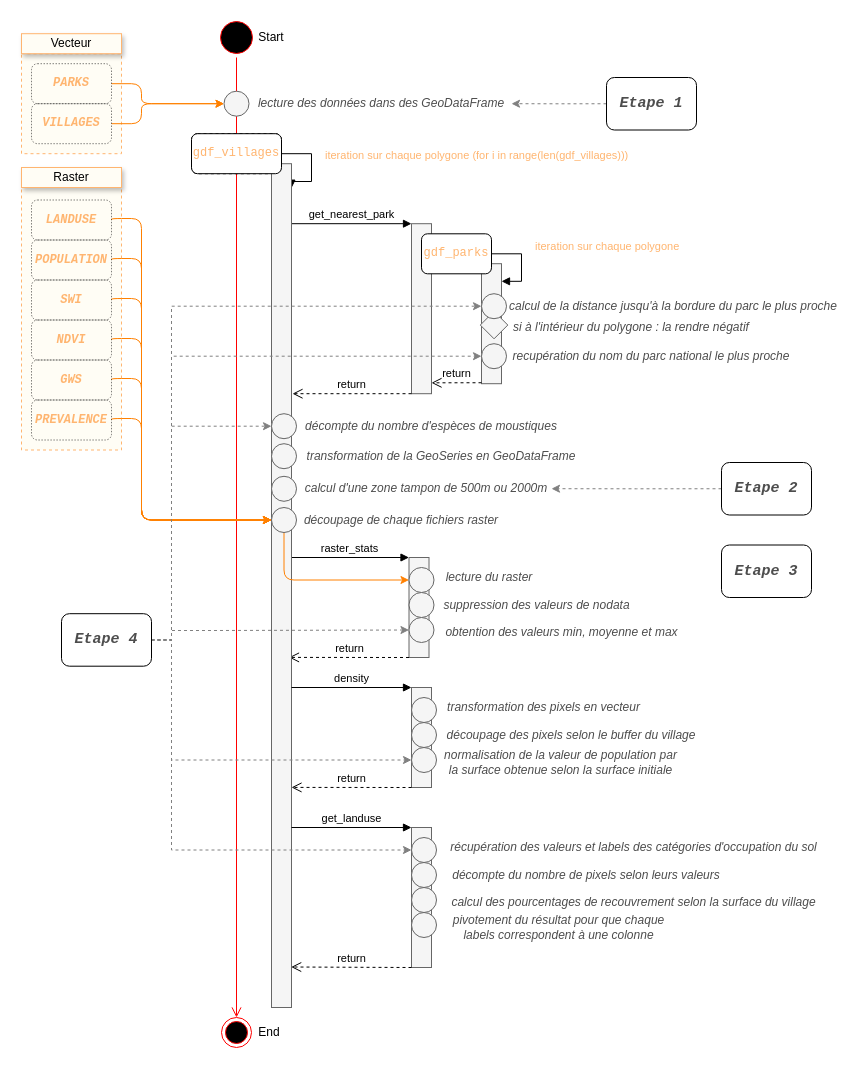
Earlier version of the draw.io diagram page "Par villages" (2 of 4) of docs/INPMT_simple.drawio (pierre-manchon/INPMT). Source tidied: cells renumbered, new cells numbered last; positions are measured from the earlier drawing's top-left corner, leaving out a move shared by most shapes. Both pictures are drawn from the tidied source at 100%, with x=0, y=0 at pixel (21, 17).
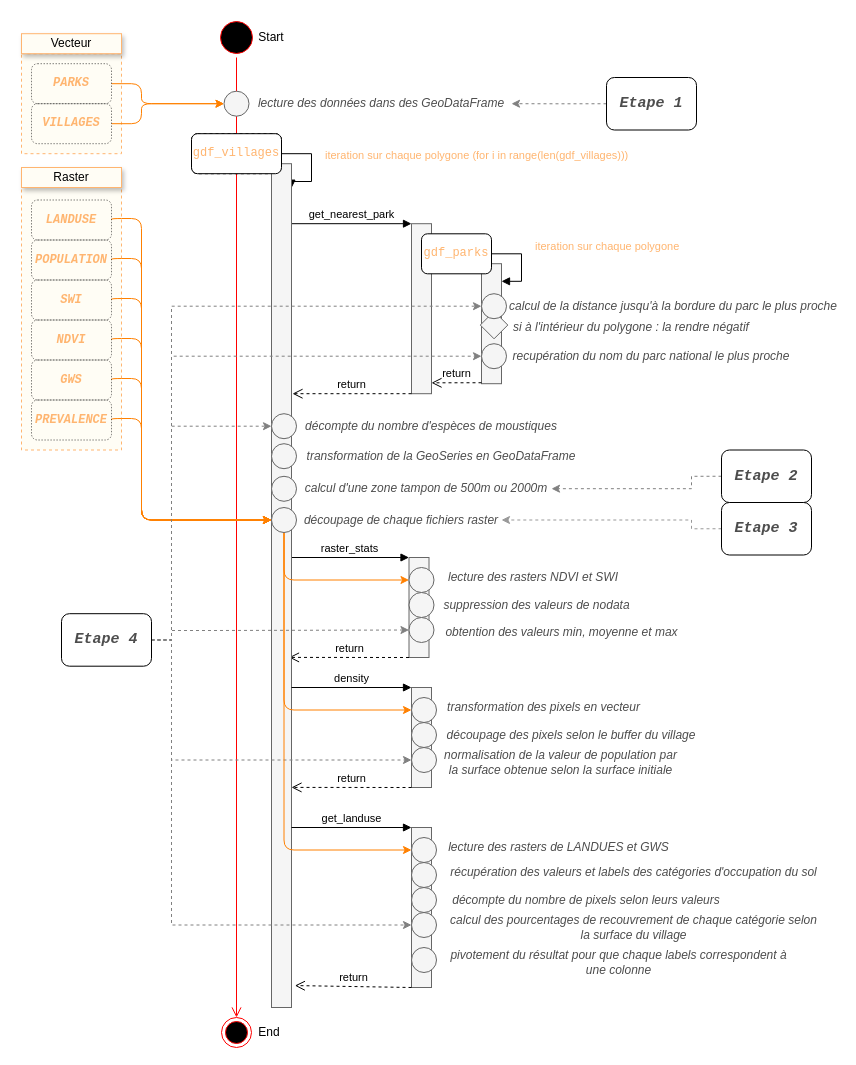
The same diagram, later.

Unchanged cells that the change refers to:
```xml
<mxCell id="25" style="html=1;points=[];perimeter=orthogonalPerimeter;fillColor=#f5f5f5;strokeColor=#666666;fontColor=#333333;" parent="1" vertex="1">
  <mxGeometry x="250" y="146.2" width="20" height="843.8" as="geometry" />
</mxCell>
<mxCell id="34" value="calcul d'une zone tampon de 500m ou 2000m" style="text;html=1;align=center;verticalAlign=middle;whiteSpace=wrap;rounded=0;shadow=0;glass=0;labelBackgroundColor=none;sketch=0;fontColor=#4D4D4D;fontStyle=2;" parent="1" vertex="1">
  <mxGeometry x="280" y="461.2" width="250" height="20" as="geometry" />
</mxCell>
<mxCell id="68" value="&lt;pre style=&quot;font-family: &amp;#34;fira code&amp;#34; , monospace ; font-size: 15px&quot;&gt;&lt;pre style=&quot;font-family: &amp;#34;fira code&amp;#34; , monospace ; font-size: 15px&quot;&gt;&lt;font color=&quot;#4d4d4d&quot; style=&quot;line-height: 100% ; font-size: 15px&quot;&gt;Etape 4&lt;/font&gt;&lt;/pre&gt;&lt;/pre&gt;" style="rounded=1;whiteSpace=wrap;html=1;sketch=0;shadow=0;labelBackgroundColor=#ffffff;strokeWidth=1;fontSize=15;fontStyle=3;" parent="1" vertex="1">
  <mxGeometry x="40" y="596.2" width="90" height="52.5" as="geometry" />
</mxCell>
<mxCell id="74" style="ellipse;whiteSpace=wrap;html=1;rounded=1;shadow=0;glass=0;labelBackgroundColor=none;sketch=0;fontColor=#333333;strokeColor=#666666;strokeWidth=1;fillColor=#f5f5f5;" parent="1" vertex="1">
  <mxGeometry x="250" y="490" width="25" height="25" as="geometry" />
</mxCell>
<mxCell id="75" value="découpage de chaque fichiers raster" style="text;html=1;align=center;verticalAlign=middle;whiteSpace=wrap;rounded=0;shadow=0;glass=0;labelBackgroundColor=none;sketch=0;fontColor=#4D4D4D;fontStyle=2;" parent="1" vertex="1">
  <mxGeometry x="280" y="492.5" width="200" height="20" as="geometry" />
</mxCell>
<mxCell id="82" style="ellipse;whiteSpace=wrap;html=1;rounded=1;shadow=0;glass=0;labelBackgroundColor=none;sketch=0;fontColor=#333333;strokeColor=#666666;strokeWidth=1;fillColor=#f5f5f5;" parent="1" vertex="1">
  <mxGeometry x="390" y="680" width="25" height="25" as="geometry" />
</mxCell>
```

The edit, as a diff of the source:
```diff
@@
-    <mxCell id="40" value="lecture du raster" style="text;html=1;align=center;verticalAlign=middle;whiteSpace=wrap;rounded=0;shadow=0;glass=0;labelBackgroundColor=none;sketch=0;fontColor=#4D4D4D;fontStyle=2;" parent="1" vertex="1">
-      <mxGeometry x="422.5" y="550" width="90" height="20" as="geometry" />
+    <mxCell id="40" value="lecture des rasters NDVI et SWI" style="text;html=1;align=center;verticalAlign=middle;whiteSpace=wrap;rounded=0;shadow=0;glass=0;labelBackgroundColor=none;sketch=0;fontColor=#4D4D4D;fontStyle=2;" parent="1" vertex="1">
+      <mxGeometry x="422.5" y="550" width="177.5" height="20" as="geometry" />
     </mxCell>
@@
     <mxCell id="59" style="edgeStyle=orthogonalEdgeStyle;rounded=0;jettySize=auto;html=1;exitX=0;exitY=0.5;exitDx=0;exitDy=0;entryX=1;entryY=0.5;entryDx=0;entryDy=0;dashed=1;strokeColor=#808080;" parent="1" edge="1" source="60" target="34">
-      <mxGeometry relative="1" as="geometry" />
+      <mxGeometry relative="1" as="geometry">
+        <Array as="points">
+          <mxPoint x="670" y="459" />
+          <mxPoint x="670" y="471" />
+        </Array>
+      </mxGeometry>
     </mxCell>
     <mxCell id="60" value="&lt;pre style=&quot;font-family: &amp;quot;fira code&amp;quot;, monospace; font-size: 15px;&quot;&gt;&lt;pre style=&quot;font-family: &amp;quot;fira code&amp;quot;, monospace; font-size: 15px;&quot;&gt;&lt;font color=&quot;#4d4d4d&quot; style=&quot;line-height: 100%; font-size: 15px;&quot;&gt;Etape 2&lt;/font&gt;&lt;/pre&gt;&lt;/pre&gt;" style="rounded=1;whiteSpace=wrap;html=1;sketch=0;shadow=0;labelBackgroundColor=#ffffff;strokeWidth=1;fontSize=15;fontStyle=3;" parent="1" vertex="1">
-      <mxGeometry x="700" y="445" width="90" height="52.5" as="geometry" />
+      <mxGeometry x="700" y="432.5" width="90" height="52.5" as="geometry" />
     </mxCell>
+    <mxCell id="96" style="edgeStyle=orthogonalEdgeStyle;rounded=0;jettySize=auto;html=1;exitX=0;exitY=0.5;exitDx=0;exitDy=0;entryX=1;entryY=0.5;entryDx=0;entryDy=0;dashed=1;strokeColor=#999999;" parent="1" edge="1" source="61" target="75">
+      <mxGeometry relative="1" as="geometry">
+        <Array as="points">
+          <mxPoint x="670" y="511" />
+          <mxPoint x="670" y="503" />
+        </Array>
+      </mxGeometry>
+    </mxCell>
     <mxCell id="61" value="&lt;pre style=&quot;font-family: &amp;quot;fira code&amp;quot; , monospace ; font-size: 15px&quot;&gt;&lt;pre style=&quot;font-family: &amp;quot;fira code&amp;quot; , monospace ; font-size: 15px&quot;&gt;&lt;font color=&quot;#4d4d4d&quot; style=&quot;line-height: 100% ; font-size: 15px&quot;&gt;Etape 3&lt;/font&gt;&lt;/pre&gt;&lt;/pre&gt;" style="rounded=1;whiteSpace=wrap;html=1;sketch=0;shadow=0;labelBackgroundColor=#ffffff;strokeWidth=1;fontSize=15;fontStyle=3;" parent="1" vertex="1">
-      <mxGeometry x="700" y="527.5" width="90" height="52.5" as="geometry" />
+      <mxGeometry x="700" y="485" width="90" height="52.5" as="geometry" />
     </mxCell>
@@
-    <mxCell id="67" style="edgeStyle=orthogonalEdgeStyle;rounded=0;jettySize=auto;html=1;exitX=1;exitY=0.5;exitDx=0;exitDy=0;entryX=0;entryY=0.5;entryDx=0;entryDy=0;dashed=1;strokeColor=#808080;" parent="1" edge="1" source="68" target="91">
+    <mxCell id="67" style="edgeStyle=orthogonalEdgeStyle;rounded=0;jettySize=auto;html=1;exitX=1;exitY=0.5;exitDx=0;exitDy=0;entryX=0;entryY=0.5;entryDx=0;entryDy=0;dashed=1;strokeColor=#808080;" parent="1" edge="1" source="68" target="93">
       <mxGeometry relative="1" as="geometry">
         <Array as="points">
           <mxPoint x="150" y="623" />
-          <mxPoint x="150" y="833" />
-          <mxPoint x="390" y="833" />
+          <mxPoint x="150" y="908" />
         </Array>
       </mxGeometry>
     </mxCell>
@@
+    <mxCell id="97" style="edgeStyle=orthogonalEdgeStyle;rounded=1;jettySize=auto;html=1;exitX=0.5;exitY=1;exitDx=0;exitDy=0;entryX=0;entryY=0.5;entryDx=0;entryDy=0;strokeColor=#FF8000;" parent="1" edge="1" source="74" target="82">
+      <mxGeometry relative="1" as="geometry" />
+    </mxCell>
+    <mxCell id="98" style="edgeStyle=orthogonalEdgeStyle;rounded=1;jettySize=auto;html=1;exitX=0.5;exitY=1;exitDx=0;exitDy=0;entryX=0;entryY=0.5;entryDx=0;entryDy=0;strokeColor=#FF8000;" parent="1" edge="1" source="74" target="100">
+      <mxGeometry relative="1" as="geometry" />
+    </mxCell>
@@
     <mxCell id="85" style="html=1;points=[];perimeter=orthogonalPerimeter;fillColor=#f5f5f5;strokeColor=#666666;fontColor=#333333;" parent="1" vertex="1">
-      <mxGeometry x="390" y="810" width="20" height="140" as="geometry" />
+      <mxGeometry x="390" y="810" width="20" height="160" as="geometry" />
     </mxCell>
@@
-    <mxCell id="87" value="return" style="html=1;verticalAlign=bottom;endArrow=open;dashed=1;endSize=8;exitX=0;exitY=1;exitDx=0;exitDy=0;exitPerimeter=0;entryX=0.984;entryY=0.952;entryDx=0;entryDy=0;entryPerimeter=0;" parent="1" edge="1" source="85" target="25">
+    <mxCell id="87" value="return" style="html=1;verticalAlign=bottom;endArrow=open;dashed=1;endSize=8;exitX=0;exitY=1;exitDx=0;exitDy=0;exitPerimeter=0;entryX=1.167;entryY=0.974;entryDx=0;entryDy=0;entryPerimeter=0;" parent="1" edge="1" source="85" target="25">
       <mxGeometry relative="1" as="geometry" />
     </mxCell>
     <mxCell id="88" value="récupération des valeurs et labels des catégories d'occupation du sol" style="text;html=1;align=center;verticalAlign=middle;whiteSpace=wrap;rounded=0;shadow=0;glass=0;labelBackgroundColor=none;sketch=0;fontColor=#4D4D4D;fontStyle=2;" parent="1" vertex="1">
-      <mxGeometry x="425" y="820" width="375" height="20" as="geometry" />
+      <mxGeometry x="425" y="845" width="375" height="20" as="geometry" />
     </mxCell>
     <mxCell id="89" value="décompte du nombre de pixels selon leurs valeurs" style="text;html=1;align=center;verticalAlign=middle;whiteSpace=wrap;rounded=0;shadow=0;glass=0;labelBackgroundColor=none;sketch=0;fontColor=#4D4D4D;fontStyle=2;" parent="1" vertex="1">
-      <mxGeometry x="425" y="847.5" width="280" height="20" as="geometry" />
+      <mxGeometry x="425" y="872.5" width="280" height="20" as="geometry" />
     </mxCell>
-    <mxCell id="90" value="calcul des pourcentages de recouvrement selon la surface du village" style="text;html=1;align=center;verticalAlign=middle;whiteSpace=wrap;rounded=0;shadow=0;glass=0;labelBackgroundColor=none;sketch=0;fontColor=#4D4D4D;fontStyle=2;" parent="1" vertex="1">
-      <mxGeometry x="425" y="875" width="375" height="20" as="geometry" />
+    <mxCell id="90" value="calcul des pourcentages de recouvrement de chaque catégorie selon la surface du village" style="text;html=1;align=center;verticalAlign=middle;whiteSpace=wrap;rounded=0;shadow=0;glass=0;labelBackgroundColor=none;sketch=0;fontColor=#4D4D4D;fontStyle=2;" parent="1" vertex="1">
+      <mxGeometry x="425" y="900" width="375" height="20" as="geometry" />
     </mxCell>
     <mxCell id="91" style="ellipse;whiteSpace=wrap;html=1;rounded=1;shadow=0;glass=0;labelBackgroundColor=none;sketch=0;fontColor=#333333;strokeColor=#666666;strokeWidth=1;fillColor=#f5f5f5;" parent="1" vertex="1">
-      <mxGeometry x="390" y="820" width="25" height="25" as="geometry" />
+      <mxGeometry x="390" y="845" width="25" height="25" as="geometry" />
     </mxCell>
     <mxCell id="92" style="ellipse;whiteSpace=wrap;html=1;rounded=1;shadow=0;glass=0;labelBackgroundColor=none;sketch=0;fontColor=#333333;strokeColor=#666666;strokeWidth=1;fillColor=#f5f5f5;" parent="1" vertex="1">
-      <mxGeometry x="390" y="845" width="25" height="25" as="geometry" />
+      <mxGeometry x="390" y="870" width="25" height="25" as="geometry" />
     </mxCell>
     <mxCell id="93" style="ellipse;whiteSpace=wrap;html=1;rounded=1;shadow=0;glass=0;labelBackgroundColor=none;sketch=0;fontColor=#333333;strokeColor=#666666;strokeWidth=1;fillColor=#f5f5f5;" parent="1" vertex="1">
-      <mxGeometry x="390" y="870" width="25" height="25" as="geometry" />
+      <mxGeometry x="390" y="895" width="25" height="25" as="geometry" />
     </mxCell>
     <mxCell id="94" value="pivotement du résultat pour que chaque labels correspondent à une colonne" style="text;html=1;align=center;verticalAlign=middle;whiteSpace=wrap;rounded=0;shadow=0;glass=0;labelBackgroundColor=none;sketch=0;fontColor=#4D4D4D;fontStyle=2;" parent="1" vertex="1">
-      <mxGeometry x="425" y="900" width="225" height="20" as="geometry" />
+      <mxGeometry x="425" y="935" width="345" height="20" as="geometry" />
     </mxCell>
     <mxCell id="95" style="ellipse;whiteSpace=wrap;html=1;rounded=1;shadow=0;glass=0;labelBackgroundColor=none;sketch=0;fontColor=#333333;strokeColor=#666666;strokeWidth=1;fillColor=#f5f5f5;" parent="1" vertex="1">
-      <mxGeometry x="390" y="895" width="25" height="25" as="geometry" />
+      <mxGeometry x="390" y="930" width="25" height="25" as="geometry" />
     </mxCell>
+    <mxCell id="99" value="lecture des rasters de LANDUES et GWS" style="text;html=1;align=center;verticalAlign=middle;whiteSpace=wrap;rounded=0;shadow=0;glass=0;labelBackgroundColor=none;sketch=0;fontColor=#4D4D4D;fontStyle=2;" parent="1" vertex="1">
+      <mxGeometry x="425" y="820" width="225" height="20" as="geometry" />
+    </mxCell>
+    <mxCell id="100" style="ellipse;whiteSpace=wrap;html=1;rounded=1;shadow=0;glass=0;labelBackgroundColor=none;sketch=0;fontColor=#333333;strokeColor=#666666;strokeWidth=1;fillColor=#f5f5f5;" parent="1" vertex="1">
+      <mxGeometry x="390" y="820" width="25" height="25" as="geometry" />
+    </mxCell>
```
